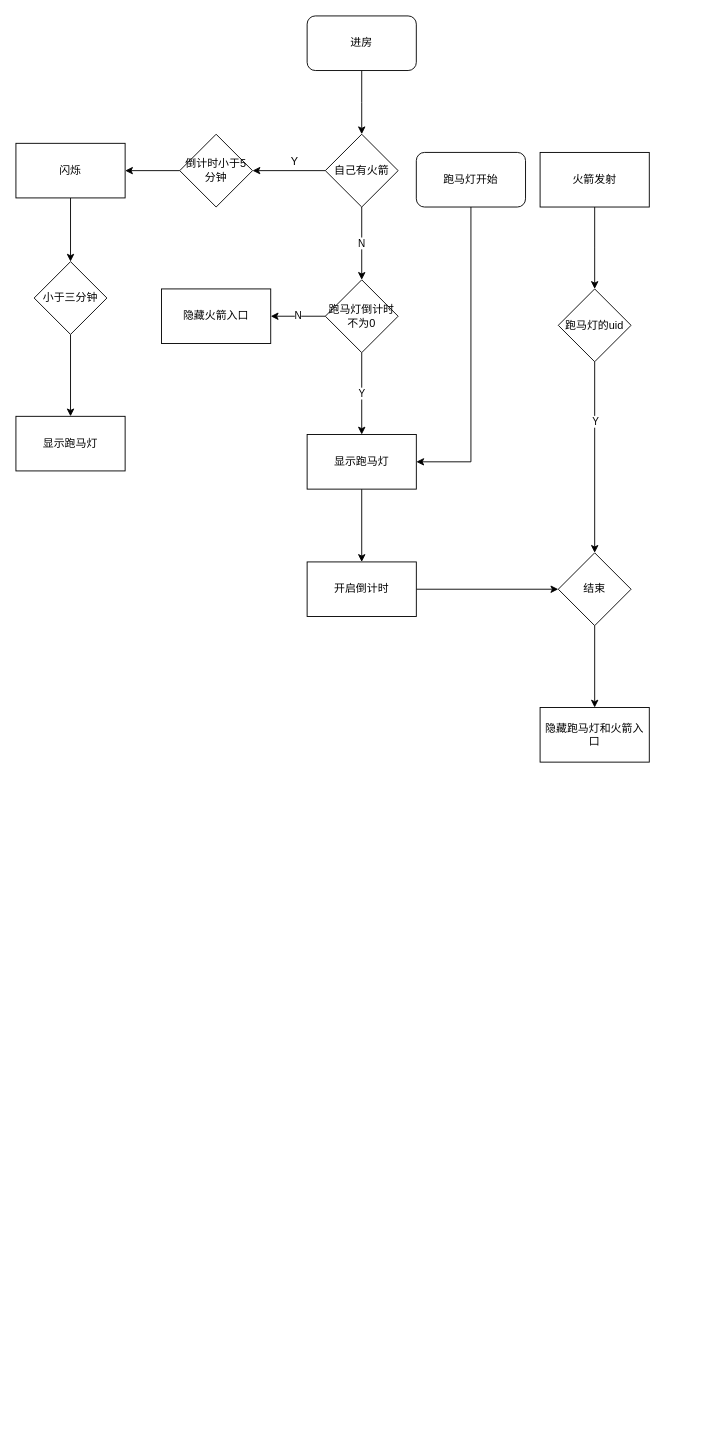
The draw.io diagram 火箭.drawio in qiongtony/FileSaved, before the edit. Source tidied: cells renumbered, new cells numbered last; positions are measured from the earlier drawing's top-left corner, leaving out a move shared by most shapes. Both pictures are drawn from the tidied source at 91%, with x=0, y=0 at pixel (15, 15).
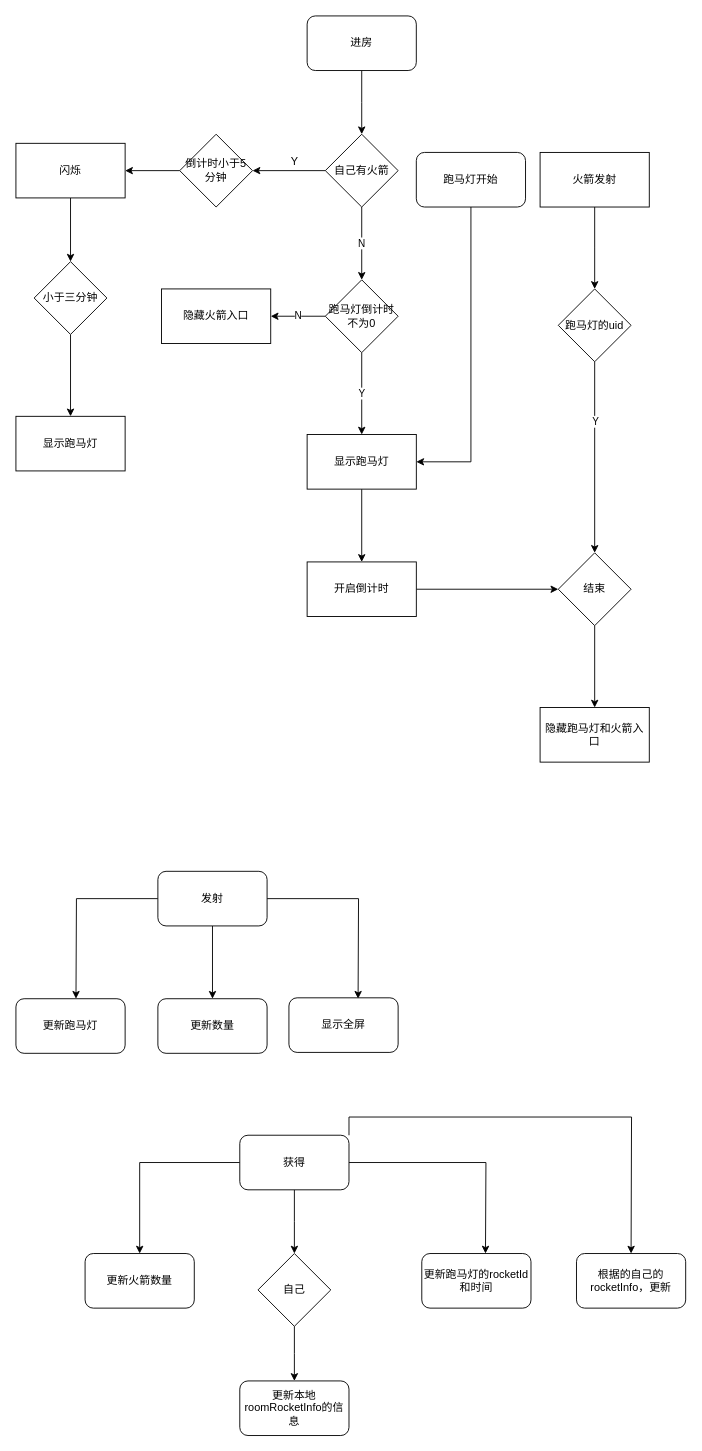
The same page after the edit.

What changed in the source:
```diff
@@
+    <mxCell id="33" style="edgeStyle=orthogonalEdgeStyle;rounded=0;jettySize=auto;html=1;" parent="1" edge="1" source="36" target="37">
+      <mxGeometry relative="1" as="geometry" />
+    </mxCell>
+    <mxCell id="34" style="edgeStyle=orthogonalEdgeStyle;rounded=0;jettySize=auto;html=1;exitX=0;exitY=0.5;exitDx=0;exitDy=0;" parent="1" edge="1" source="36">
+      <mxGeometry relative="1" as="geometry">
+        <mxPoint x="66" y="1080" as="targetPoint" />
+      </mxGeometry>
+    </mxCell>
+    <mxCell id="35" style="edgeStyle=orthogonalEdgeStyle;rounded=0;jettySize=auto;html=1;" parent="1" edge="1" source="36">
+      <mxGeometry relative="1" as="geometry">
+        <mxPoint x="376" y="1080" as="targetPoint" />
+      </mxGeometry>
+    </mxCell>
+    <mxCell id="36" value="发射" style="rounded=1;whiteSpace=wrap;html=1;" parent="1" vertex="1">
+      <mxGeometry x="156" y="940" width="120" height="60" as="geometry" />
+    </mxCell>
+    <mxCell id="37" value="更新数量" style="whiteSpace=wrap;html=1;rounded=1;" parent="1" vertex="1">
+      <mxGeometry x="156" y="1080" width="120" height="60" as="geometry" />
+    </mxCell>
+    <mxCell id="38" value="更新跑马灯" style="rounded=1;whiteSpace=wrap;html=1;" parent="1" vertex="1">
+      <mxGeometry y="1080" width="120" height="60" as="geometry" />
+    </mxCell>
+    <mxCell id="39" value="显示全屏" style="rounded=1;whiteSpace=wrap;html=1;" parent="1" vertex="1">
+      <mxGeometry x="300" y="1079" width="120" height="60" as="geometry" />
+    </mxCell>
+    <mxCell id="40" style="edgeStyle=orthogonalEdgeStyle;rounded=0;jettySize=auto;html=1;" parent="1" edge="1" source="44" target="45">
+      <mxGeometry relative="1" as="geometry" />
+    </mxCell>
+    <mxCell id="41" style="edgeStyle=orthogonalEdgeStyle;rounded=0;jettySize=auto;html=1;" parent="1" edge="1" source="44">
+      <mxGeometry relative="1" as="geometry">
+        <mxPoint x="306" y="1360" as="targetPoint" />
+      </mxGeometry>
+    </mxCell>
+    <mxCell id="42" style="edgeStyle=orthogonalEdgeStyle;rounded=0;jettySize=auto;html=1;exitX=1;exitY=0.5;exitDx=0;exitDy=0;" parent="1" edge="1" source="44">
+      <mxGeometry relative="1" as="geometry">
+        <mxPoint x="516" y="1360" as="targetPoint" />
+      </mxGeometry>
+    </mxCell>
+    <mxCell id="43" style="edgeStyle=orthogonalEdgeStyle;rounded=0;jettySize=auto;html=1;exitX=1;exitY=0;exitDx=0;exitDy=0;" parent="1" edge="1" source="44">
+      <mxGeometry relative="1" as="geometry">
+        <mxPoint x="676" y="1360" as="targetPoint" />
+      </mxGeometry>
+    </mxCell>
+    <mxCell id="44" value="获得" style="rounded=1;whiteSpace=wrap;html=1;" parent="1" vertex="1">
+      <mxGeometry x="246" y="1230" width="120" height="60" as="geometry" />
+    </mxCell>
+    <mxCell id="45" value="更新火箭数量" style="rounded=1;whiteSpace=wrap;html=1;" parent="1" vertex="1">
+      <mxGeometry x="76" y="1360" width="120" height="60" as="geometry" />
+    </mxCell>
+    <mxCell id="46" style="edgeStyle=orthogonalEdgeStyle;rounded=0;jettySize=auto;html=1;" parent="1" edge="1" source="47">
+      <mxGeometry relative="1" as="geometry">
+        <mxPoint x="306" y="1500" as="targetPoint" />
+      </mxGeometry>
+    </mxCell>
+    <mxCell id="47" value="自己" style="rhombus;whiteSpace=wrap;html=1;" parent="1" vertex="1">
+      <mxGeometry x="266" y="1360" width="80" height="80" as="geometry" />
+    </mxCell>
+    <mxCell id="48" value="更新本地roomRocketInfo的信息" style="rounded=1;whiteSpace=wrap;html=1;" parent="1" vertex="1">
+      <mxGeometry x="246" y="1500" width="120" height="60" as="geometry" />
+    </mxCell>
+    <mxCell id="49" value="更新跑马灯的rocketId和时间" style="rounded=1;whiteSpace=wrap;html=1;" parent="1" vertex="1">
+      <mxGeometry x="446" y="1360" width="120" height="60" as="geometry" />
+    </mxCell>
+    <mxCell id="50" value="根据的自己的rocketInfo，更新" style="rounded=1;whiteSpace=wrap;html=1;" parent="1" vertex="1">
+      <mxGeometry x="616" y="1360" width="120" height="60" as="geometry" />
+    </mxCell>
```
